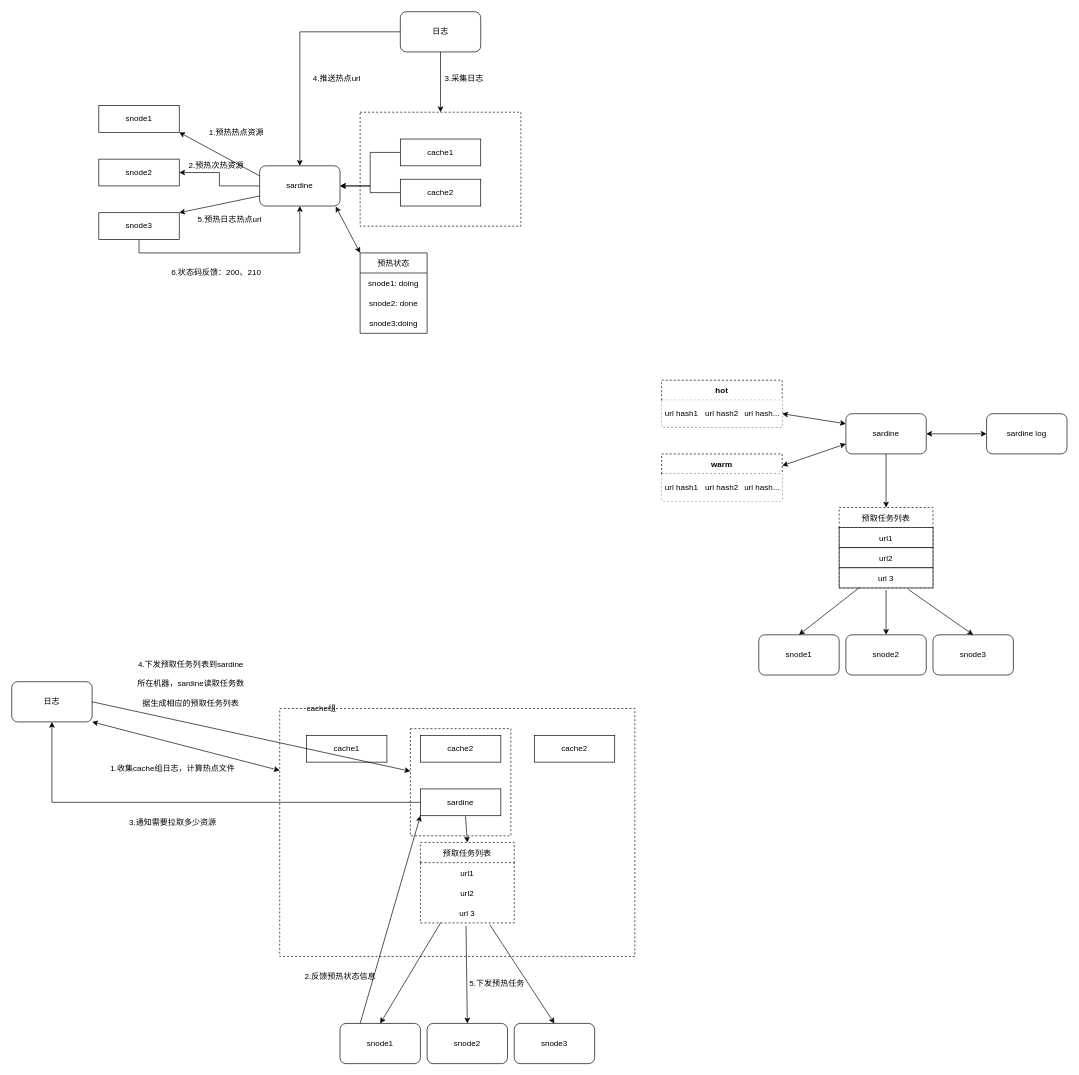
Before: Untitled Diagram.drawio in FreeMind-LJ/ThreadPool, a draw.io diagram. Source tidied: cells renumbered, new cells numbered last; positions are measured from the earlier drawing's top-left corner, leaving out a move shared by most shapes. Both pictures are drawn from the tidied source at 67%, with x=0, y=0 at pixel (11, 11).
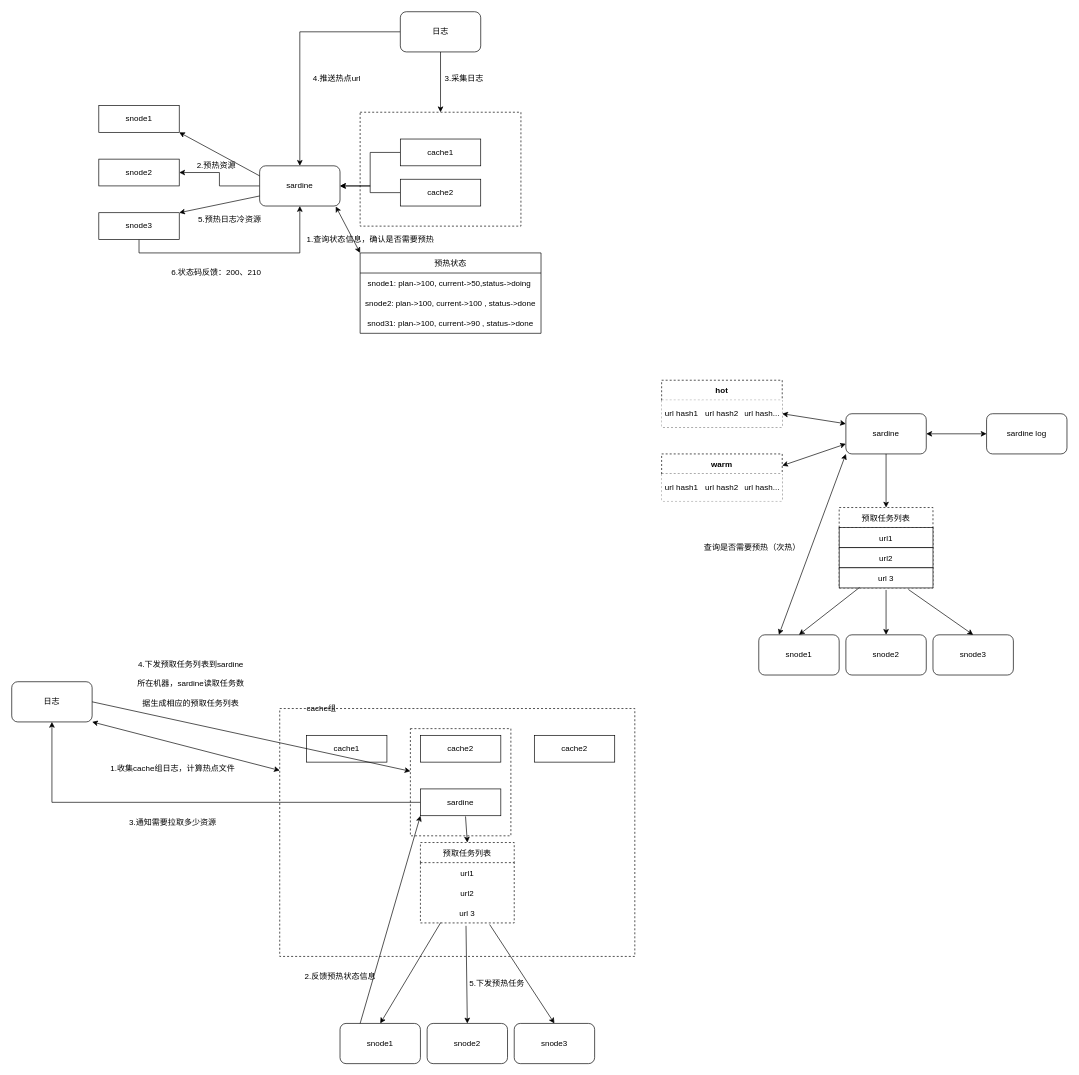
Above is the later version.

The change refers to these unchanged cells:
```xml
<mxCell id="23" value="sardine" style="rounded=1;whiteSpace=wrap;html=1;fillColor=default;strokeColor=default;fontColor=default;" parent="1" vertex="1">
  <mxGeometry x="1245" y="600" width="120" height="60" as="geometry" />
</mxCell>
<mxCell id="41" value="snode1" style="rounded=1;whiteSpace=wrap;html=1;fillColor=default;strokeColor=default;fontColor=default;" parent="1" vertex="1">
  <mxGeometry x="1115" y="930" width="120" height="60" as="geometry" />
</mxCell>
```

Change to the diagram source:
```diff
@@
-    <mxCell id="18" value="2.预热次热资源" style="text;html=1;align=center;verticalAlign=middle;strokeColor=none;fillColor=none;" parent="1" vertex="1">
-      <mxGeometry x="255" y="220" width="100" height="20" as="geometry" />
+    <mxCell id="18" value="2.预热资源" style="text;html=1;align=center;verticalAlign=middle;strokeColor=none;fillColor=none;" parent="1" vertex="1">
+      <mxGeometry x="270" y="220" width="70" height="20" as="geometry" />
     </mxCell>
@@
-    <mxCell id="21" value="1.预热热点资源" style="text;html=1;align=center;verticalAlign=middle;strokeColor=none;fillColor=none;" parent="1" vertex="1">
-      <mxGeometry x="285" y="170" width="100" height="20" as="geometry" />
+    <mxCell id="21" value="1.查询状态信息，确认是否需要预热" style="text;html=1;align=center;verticalAlign=middle;strokeColor=none;fillColor=none;fontColor=default;" parent="1" vertex="1">
+      <mxGeometry x="430" y="330" width="210" height="20" as="geometry" />
     </mxCell>
-    <mxCell id="22" value="5.预热日志热点url" style="text;html=1;align=center;verticalAlign=middle;strokeColor=none;fillColor=none;fontColor=default;" parent="1" vertex="1">
+    <mxCell id="22" value="5.预热日志冷资源" style="text;html=1;align=center;verticalAlign=middle;strokeColor=none;fillColor=none;fontColor=default;" parent="1" vertex="1">
       <mxGeometry x="270" y="300" width="110" height="20" as="geometry" />
     </mxCell>
@@
     <mxCell id="74" value="预热状态" style="swimlane;fontStyle=0;horizontal=1;startSize=30;fontColor=default;strokeColor=default;fillColor=default;align=center;" parent="1" vertex="1">
-      <mxGeometry x="520" y="360" width="100" height="120" as="geometry" />
+      <mxGeometry x="520" y="360" width="270" height="120" as="geometry" />
     </mxCell>
-    <mxCell id="75" value="snode1: doing" style="text;strokeColor=none;fillColor=none;align=center;verticalAlign=middle;spacingLeft=4;spacingRight=4;overflow=hidden;fontColor=default;" parent="74" vertex="1">
-      <mxGeometry y="30" width="100" height="30" as="geometry" />
+    <mxCell id="75" value="snode1: plan-&gt;100, current-&gt;50,status-&gt;doing " style="text;strokeColor=none;fillColor=none;align=center;verticalAlign=middle;spacingLeft=4;spacingRight=4;overflow=hidden;fontColor=default;" parent="74" vertex="1">
+      <mxGeometry y="30" width="270" height="30" as="geometry" />
     </mxCell>
-    <mxCell id="76" value="snode2: done" style="text;strokeColor=none;fillColor=none;align=center;verticalAlign=middle;spacingLeft=4;spacingRight=4;overflow=hidden;fontColor=default;" parent="74" vertex="1">
-      <mxGeometry y="60" width="100" height="30" as="geometry" />
+    <mxCell id="76" value="snode2: plan-&gt;100, current-&gt;100 , status-&gt;done" style="text;strokeColor=none;fillColor=none;align=center;verticalAlign=middle;spacingLeft=4;spacingRight=4;overflow=hidden;fontColor=default;" parent="74" vertex="1">
+      <mxGeometry y="60" width="270" height="30" as="geometry" />
     </mxCell>
-    <mxCell id="77" value="snode3:doing" style="text;strokeColor=none;fillColor=none;align=center;verticalAlign=middle;spacingLeft=4;spacingRight=4;overflow=hidden;fontColor=default;" parent="74" vertex="1">
-      <mxGeometry y="90" width="100" height="30" as="geometry" />
+    <mxCell id="77" value="snod31: plan-&gt;100, current-&gt;90 , status-&gt;done" style="text;strokeColor=none;fillColor=none;align=center;verticalAlign=middle;spacingLeft=4;spacingRight=4;overflow=hidden;fontColor=default;" parent="74" vertex="1">
+      <mxGeometry y="90" width="270" height="30" as="geometry" />
     </mxCell>
@@
+    <mxCell id="83" style="endArrow=classic;startArrow=classic;html=1;rounded=0;labelBackgroundColor=default;fontColor=default;strokeColor=default;fillColor=default;entryX=0;entryY=1;entryDx=0;entryDy=0;exitX=0.25;exitY=0;exitDx=0;exitDy=0;" parent="1" edge="1" source="41" target="23">
+      <mxGeometry relative="1" as="geometry" />
+    </mxCell>
+    <mxCell id="84" value="查询是否需要预热（次热）" style="text;html=1;align=center;verticalAlign=middle;strokeColor=none;fillColor=none;fontColor=default;" parent="1" vertex="1">
+      <mxGeometry x="1025" y="790" width="160" height="20" as="geometry" />
+    </mxCell>
```
